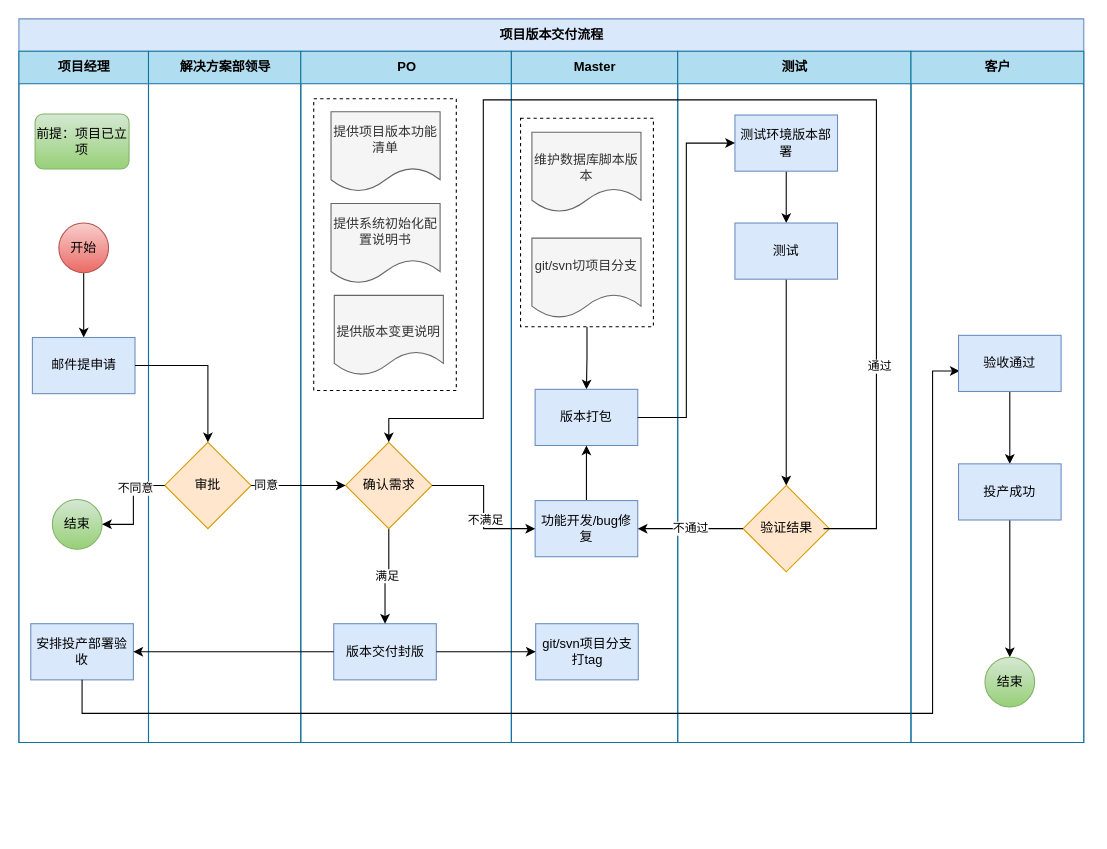
The draw.io diagram 20210214project.drawio in liaoxiaofang/automation-test, before the edit. Source tidied: cells renumbered, new cells numbered last; positions are measured from the earlier drawing's top-left corner, leaving out a move shared by most shapes. Both pictures are drawn from the tidied source at 108%, with x=0, y=0 at pixel (18, 18).
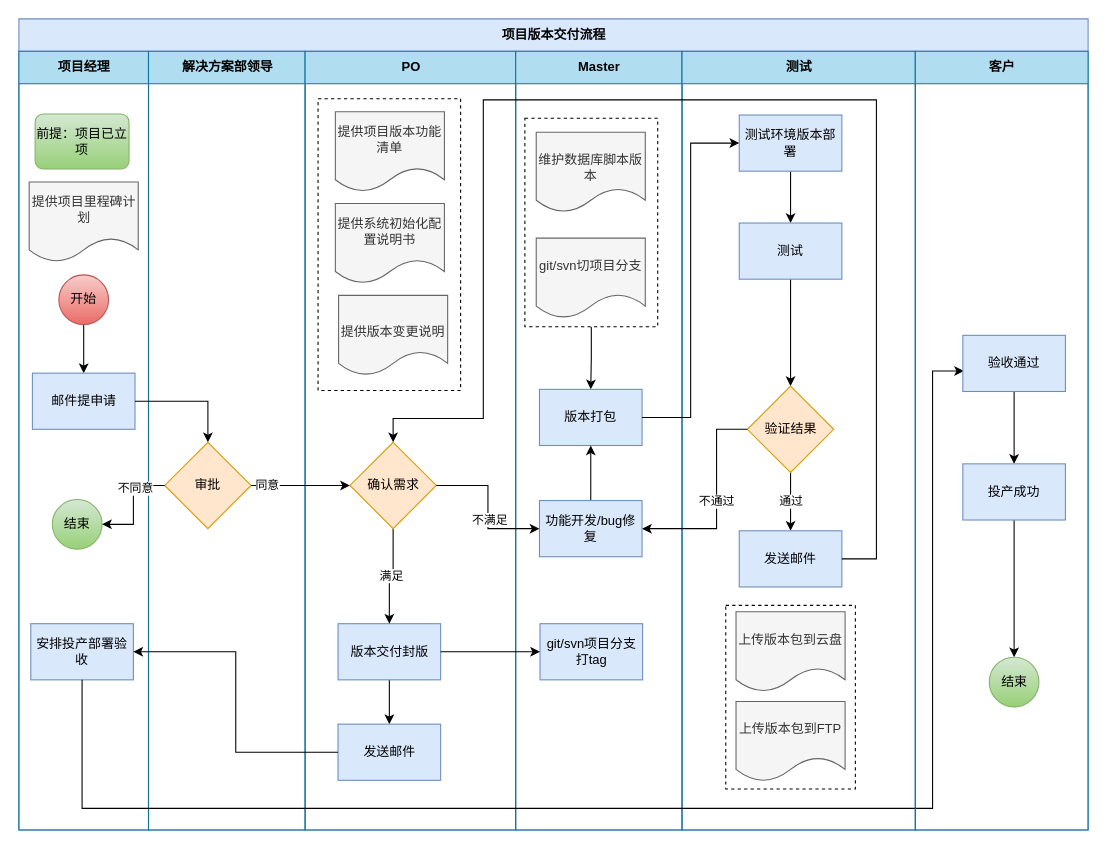
The same page after the edit.

Unchanged cells that the change refers to:
```xml
<mxCell id="9" value="安排投产部署验收" style="rounded=0;whiteSpace=wrap;html=1;strokeColor=#6c8ebf;strokeWidth=1;fillColor=#dae8fc;" parent="3" vertex="1">
  <mxGeometry x="11" y="530" width="95" height="52" as="geometry" />
</mxCell>
<mxCell id="17" value="版本交付封版" style="rounded=0;whiteSpace=wrap;html=1;strokeColor=#6c8ebf;strokeWidth=1;fillColor=#dae8fc;" parent="12" vertex="1">
  <mxGeometry x="30.5" y="530" width="95" height="52" as="geometry" />
</mxCell>
<mxCell id="19" value="确认需求" style="rhombus;whiteSpace=wrap;html=1;strokeColor=#d79b00;strokeWidth=1;fillColor=#ffe6cc;" parent="12" vertex="1">
  <mxGeometry x="41.5" y="362" width="80" height="80" as="geometry" />
</mxCell>
<mxCell id="27" value="功能开发/bug修复" style="rounded=0;whiteSpace=wrap;html=1;strokeColor=#6c8ebf;strokeWidth=1;fillColor=#dae8fc;" parent="20" vertex="1">
  <mxGeometry x="22" y="416" width="95" height="52" as="geometry" />
</mxCell>
<mxCell id="51" value="验收通过" style="rounded=0;whiteSpace=wrap;html=1;strokeColor=#6c8ebf;strokeWidth=1;fillColor=#dae8fc;" parent="49" vertex="1">
  <mxGeometry x="44" y="263" width="95" height="52" as="geometry" />
</mxCell>
```

What changed in the source:
```diff
@@
     <mxCell id="2" value="项目版本交付流程" style="swimlane;html=1;startSize=30;fillColor=#dae8fc;strokeColor=#6c8ebf;" parent="1" vertex="1">
-      <mxGeometry width="986" height="670" as="geometry" />
+      <mxGeometry width="990" height="751" as="geometry" />
     </mxCell>
     <mxCell id="3" value="项目经理" style="swimlane;html=1;startSize=30;fillColor=#b1ddf0;strokeColor=#10739e;" parent="2" vertex="1">
-      <mxGeometry y="30" width="120" height="640" as="geometry" />
+      <mxGeometry y="30" width="120" height="721" as="geometry" />
     </mxCell>
@@
     <mxCell id="6" value="开始" style="ellipse;whiteSpace=wrap;html=1;strokeColor=#b85450;strokeWidth=1;fillColor=#f8cecc;gradientColor=#ea6b66;" parent="3" vertex="1">
-      <mxGeometry x="37" y="159" width="46" height="46" as="geometry" />
+      <mxGeometry x="37" y="207" width="46" height="46" as="geometry" />
     </mxCell>
     <mxCell id="7" value="邮件提申请" style="rounded=0;whiteSpace=wrap;html=1;strokeColor=#6c8ebf;strokeWidth=1;fillColor=#dae8fc;" parent="3" vertex="1">
-      <mxGeometry x="12.5" y="265" width="95" height="52" as="geometry" />
+      <mxGeometry x="12.5" y="298" width="95" height="52" as="geometry" />
     </mxCell>
@@
+    <mxCell id="55" value="提供项目里程碑计划" style="shape=document;whiteSpace=wrap;html=1;boundedLbl=1;strokeColor=#666666;strokeWidth=1;fillColor=#f5f5f5;fontColor=#333333;" parent="3" vertex="1">
+      <mxGeometry x="9.5" y="121" width="101" height="74" as="geometry" />
+    </mxCell>
     <mxCell id="10" value="解决方案部领导" style="swimlane;html=1;startSize=30;fillColor=#b1ddf0;strokeColor=#10739e;" parent="2" vertex="1">
-      <mxGeometry x="120" y="30" width="141" height="640" as="geometry" />
+      <mxGeometry x="120" y="30" width="145" height="721" as="geometry" />
     </mxCell>
@@
     <mxCell id="12" value="PO" style="swimlane;html=1;startSize=30;fillColor=#b1ddf0;strokeColor=#10739e;" parent="2" vertex="1">
-      <mxGeometry x="261" y="30" width="195" height="640" as="geometry" />
+      <mxGeometry x="265" y="30" width="195" height="721" as="geometry" />
     </mxCell>
@@
+    <mxCell id="56" style="edgeStyle=orthogonalEdgeStyle;rounded=0;jettySize=auto;html=1;" parent="12" edge="1" source="17" target="57">
+      <mxGeometry relative="1" as="geometry" />
+    </mxCell>
@@
+    <mxCell id="57" value="发送邮件" style="rounded=0;whiteSpace=wrap;html=1;strokeColor=#6c8ebf;strokeWidth=1;fillColor=#dae8fc;" parent="12" vertex="1">
+      <mxGeometry x="30.5" y="623" width="95" height="52" as="geometry" />
+    </mxCell>
     <mxCell id="20" value="Master" style="swimlane;html=1;startSize=30;fillColor=#b1ddf0;strokeColor=#10739e;" parent="2" vertex="1">
-      <mxGeometry x="456" y="30" width="154" height="640" as="geometry" />
+      <mxGeometry x="460" y="30" width="154" height="721" as="geometry" />
     </mxCell>
@@
     <mxCell id="29" value="测试" style="swimlane;html=1;startSize=30;fillColor=#b1ddf0;strokeColor=#10739e;" parent="2" vertex="1">
-      <mxGeometry x="610" y="30" width="216" height="640" as="geometry" />
+      <mxGeometry x="614" y="30" width="216" height="721" as="geometry" />
     </mxCell>
+    <mxCell id="58" style="rounded=0;whiteSpace=wrap;html=1;dashed=1;strokeColor=#000000;strokeWidth=1;fillColor=#ffffff;" parent="29" vertex="1">
+      <mxGeometry x="40.5" y="513" width="120" height="170" as="geometry" />
+    </mxCell>
@@
+    <mxCell id="44" value="通过" style="edgeStyle=orthogonalEdgeStyle;rounded=0;jettySize=auto;html=1;entryX=0.5;entryY=0;entryDx=0;entryDy=0;" parent="29" edge="1" source="34" target="59">
+      <mxGeometry relative="1" as="geometry" />
+    </mxCell>
     <mxCell id="34" value="验证结果" style="rhombus;whiteSpace=wrap;html=1;strokeColor=#d79b00;strokeWidth=1;fillColor=#ffe6cc;" parent="29" vertex="1">
-      <mxGeometry x="60.5" y="402" width="80" height="80" as="geometry" />
+      <mxGeometry x="60.5" y="310" width="80" height="80" as="geometry" />
     </mxCell>
+    <mxCell id="59" value="发送邮件" style="rounded=0;whiteSpace=wrap;html=1;strokeColor=#6c8ebf;strokeWidth=1;fillColor=#dae8fc;" parent="29" vertex="1">
+      <mxGeometry x="53" y="444" width="95" height="52" as="geometry" />
+    </mxCell>
+    <mxCell id="60" value="上传版本包到云盘" style="shape=document;whiteSpace=wrap;html=1;boundedLbl=1;strokeColor=#666666;strokeWidth=1;fillColor=#f5f5f5;fontColor=#333333;" parent="29" vertex="1">
+      <mxGeometry x="50" y="519" width="101" height="74" as="geometry" />
+    </mxCell>
+    <mxCell id="61" value="上传版本包到FTP" style="shape=document;whiteSpace=wrap;html=1;boundedLbl=1;strokeColor=#666666;strokeWidth=1;fillColor=#f5f5f5;fontColor=#333333;" parent="29" vertex="1">
+      <mxGeometry x="50" y="602" width="101" height="74" as="geometry" />
+    </mxCell>
@@
     <mxCell id="39" value="不通过" style="edgeStyle=orthogonalEdgeStyle;rounded=0;jettySize=auto;html=1;entryX=1;entryY=0.5;entryDx=0;entryDy=0;" parent="2" edge="1" source="34" target="27">
-      <mxGeometry relative="1" as="geometry" />
+      <mxGeometry relative="1" as="geometry">
+        <Array as="points">
+          <mxPoint x="646" y="380" />
+          <mxPoint x="646" y="472" />
+        </Array>
+      </mxGeometry>
     </mxCell>
@@
-    <mxCell id="43" style="edgeStyle=orthogonalEdgeStyle;rounded=0;jettySize=auto;html=1;entryX=0.5;entryY=0;entryDx=0;entryDy=0;" parent="2" edge="1" target="19">
+    <mxCell id="43" style="edgeStyle=orthogonalEdgeStyle;rounded=0;jettySize=auto;html=1;entryX=0.5;entryY=0;entryDx=0;entryDy=0;exitX=1;exitY=0.5;exitDx=0;exitDy=0;" parent="2" edge="1" source="59" target="19">
       <mxGeometry relative="1" as="geometry">
-        <mxPoint x="745" y="472" as="sourcePoint" />
         <Array as="points">
-          <mxPoint x="794" y="472" />
+          <mxPoint x="794" y="500" />
           <mxPoint x="794" y="75" />
           <mxPoint x="430" y="75" />
           <mxPoint x="430" y="370" />
-          <mxPoint x="343" y="370" />
+          <mxPoint x="347" y="370" />
         </Array>
       </mxGeometry>
     </mxCell>
-    <mxCell id="44" value="通过" style="edgeLabel;html=1;align=center;verticalAlign=middle;" parent="43" vertex="1">
-      <mxGeometry x="-0.67" y="-2" relative="1" as="geometry" />
-    </mxCell>
@@
-    <mxCell id="47" style="edgeStyle=orthogonalEdgeStyle;rounded=0;jettySize=auto;html=1;entryX=1;entryY=0.5;entryDx=0;entryDy=0;" parent="2" edge="1" source="17" target="9">
+    <mxCell id="47" style="edgeStyle=orthogonalEdgeStyle;rounded=0;jettySize=auto;html=1;entryX=1;entryY=0.5;entryDx=0;entryDy=0;exitX=0;exitY=0.5;exitDx=0;exitDy=0;" parent="2" edge="1" source="57" target="9">
       <mxGeometry relative="1" as="geometry" />
     </mxCell>
     <mxCell id="48" style="edgeStyle=orthogonalEdgeStyle;rounded=0;jettySize=auto;html=1;entryX=0.011;entryY=0.635;entryDx=0;entryDy=0;entryPerimeter=0;" parent="2" edge="1" source="9" target="51">
       <mxGeometry relative="1" as="geometry">
         <Array as="points">
-          <mxPoint x="59" y="643" />
-          <mxPoint x="846" y="643" />
+          <mxPoint x="59" y="731" />
+          <mxPoint x="846" y="731" />
           <mxPoint x="846" y="326" />
         </Array>
       </mxGeometry>
     </mxCell>
     <mxCell id="49" value="客户" style="swimlane;html=1;startSize=30;fillColor=#b1ddf0;strokeColor=#10739e;" parent="2" vertex="1">
-      <mxGeometry x="826" y="30" width="160" height="640" as="geometry" />
+      <mxGeometry x="830" y="30" width="160" height="721" as="geometry" />
     </mxCell>
```
